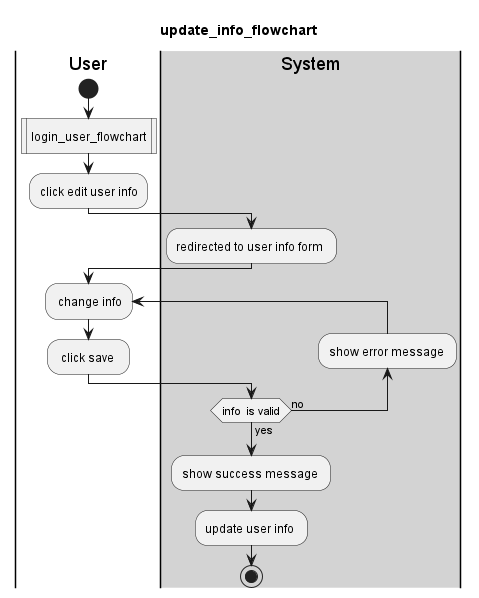
The PlantUML diagram out/Diagram/flowchart/account/update_info_flowchart/update_info_flowchart.png in KTPx4/Social_Media, before a commit. Source of this version:
```plantuml
@startuml
title update_info_flowchart
|User|
start
:login_user_flowchart|
:click edit user info;
|#lightgray|System|
:redirected to user info form ;
|User|
repeat: change info;
: click save  ;
|#lightgray|System|
backward:show error message ;
repeat while(info  is valid) is (no) not (yes)
:show success message ;
:update user info ;
stop
@enduml
```
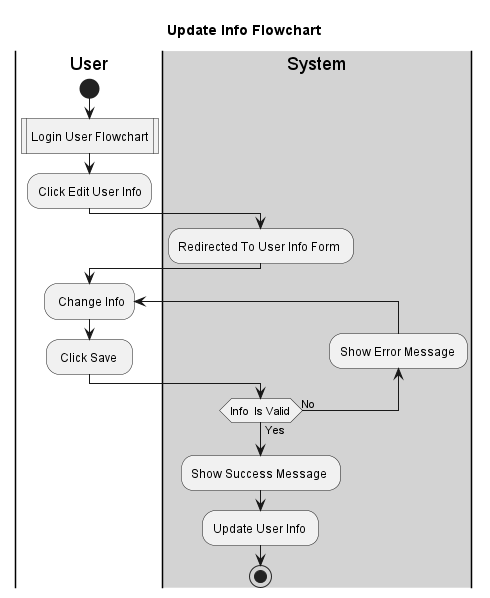
The same diagram one commit later.

Diff of the diagram source:
```diff
@@ -1,18 +1,18 @@
 @startuml
-title update_info_flowchart
+title Update Info Flowchart
 |User|
 start
-:login_user_flowchart|
-:click edit user info;
+:Login User Flowchart|
+:Click Edit User Info;
 |#lightgray|System|
-:redirected to user info form ;
+:Redirected To User Info Form ;
 |User|
-repeat: change info;
-: click save  ;
+repeat: Change Info;
+: Click Save  ;
 |#lightgray|System|
-backward:show error message ;
-repeat while(info  is valid) is (no) not (yes)
-:show success message ;
-:update user info ;
+backward:Show Error Message ;
+repeat while(Info  Is Valid) is (No) not (Yes)
+:Show Success Message ;
+:Update User Info ;
 stop
 @enduml
```
